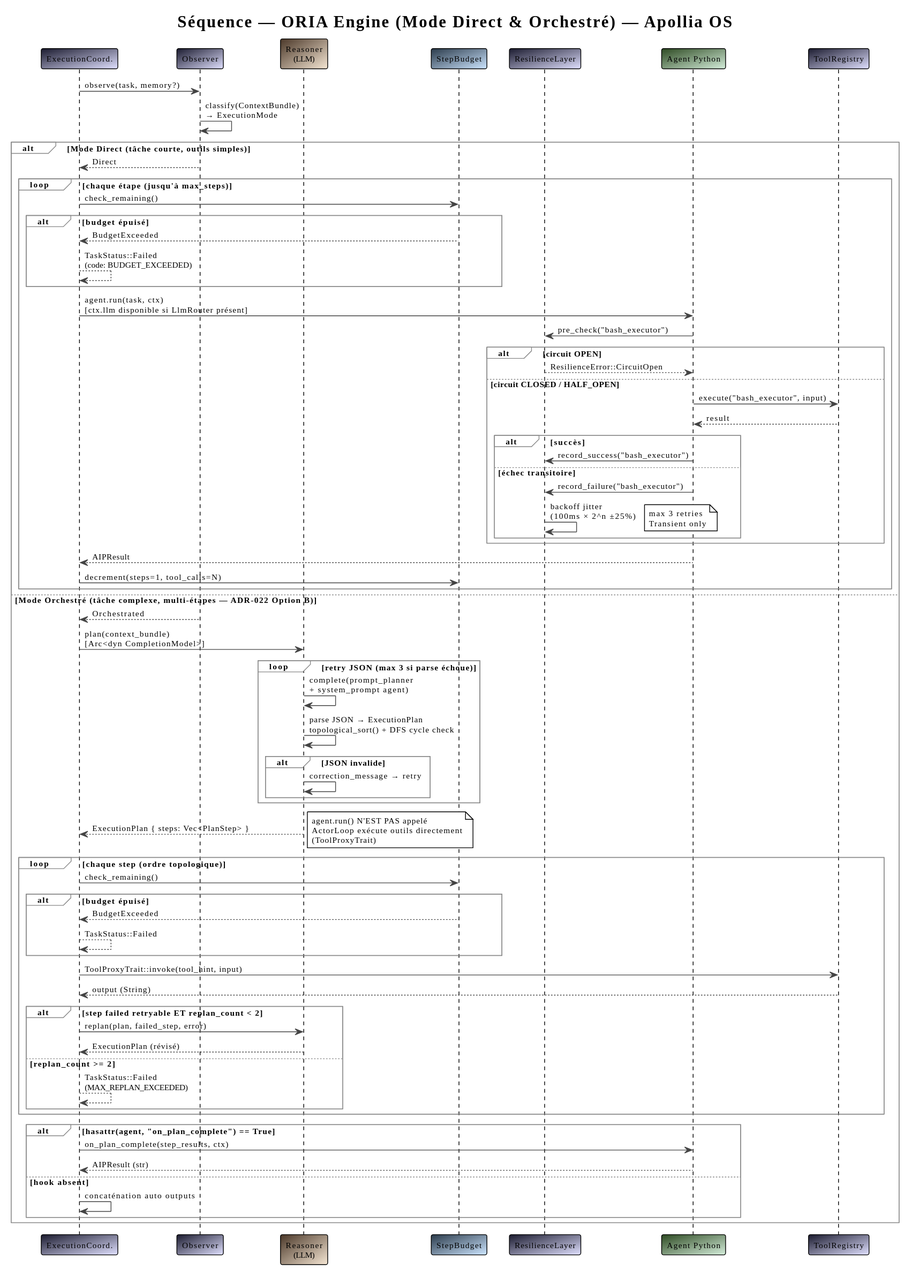
Before: book/src/architecture/diagrams/seq-oria-loop.svg, a diagram exported from PlantUML (nidal-z/apollia-os).
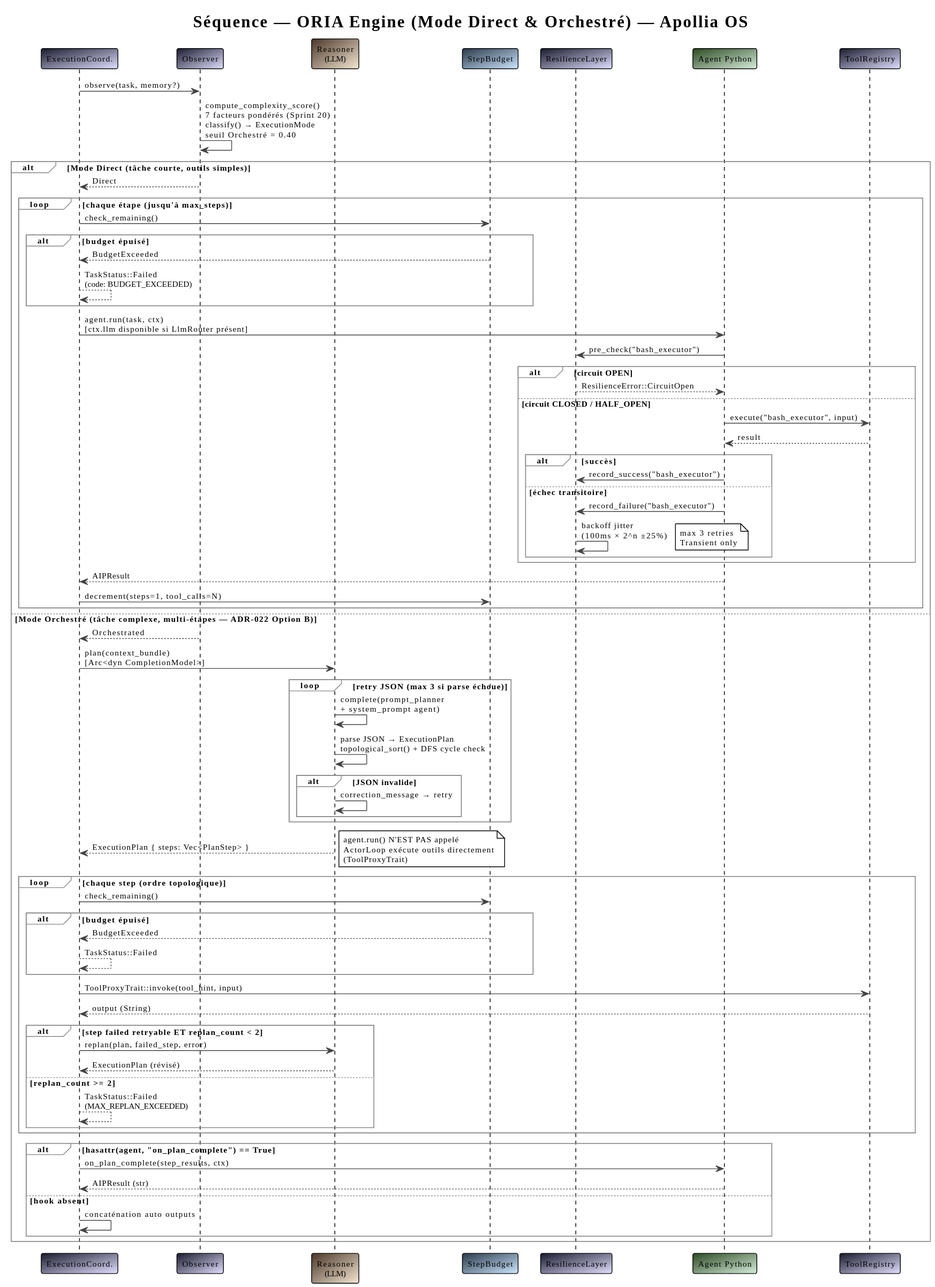
The same diagram one commit later.

The edit, as a diff of the source:
```diff
@@ -19,7 +19,7 @@
 
 coord -> obs : observe(task, memory?)
 
-obs -> obs : classify(ContextBundle)\n→ ExecutionMode
+obs -> obs : compute_complexity_score()\n7 facteurs pondérés (Sprint 20)\nclassify() → ExecutionMode\nseuil Orchestré = 0.40
 
 alt Mode Direct (tâche courte, outils simples)
 
```
